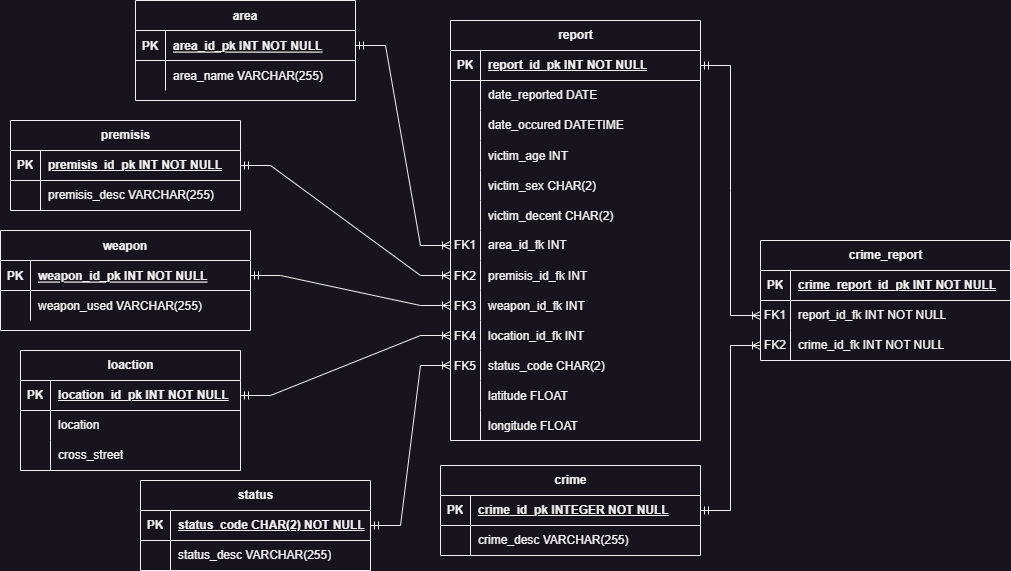
Before: LACrimeERD.drawio.png, a diagram exported from draw.io (Jprogram722/LA-Crime_ETL_Project). Source tidied: cells renumbered, new cells last; positions are measured from the earlier drawing's top-left corner, leaving out a move shared by most shapes.
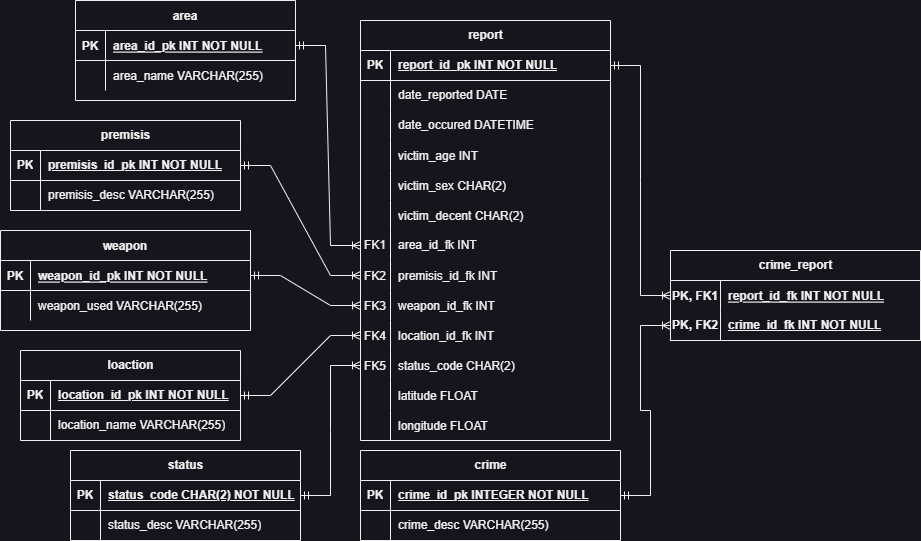
After the change.

Diff of the diagram source:
```diff
@@ -3,7 +3,7 @@
     <mxCell id="0" />
     <mxCell id="1" parent="0" />
     <mxCell id="2" value="weapon" style="shape=table;startSize=30;rowLines=0;fontStyle=1;align=center;" parent="1" vertex="1">
-      <mxGeometry y="230" width="250" height="100" as="geometry" />
+      <mxGeometry x="90" y="230" width="250" height="100" as="geometry" />
     </mxCell>
     <mxCell id="3" style="shape=partialRectangle;fillColor=none;points=[[0,0.5],[1,0.5]];portConstraint=eastwest;top=0;left=0;right=0;bottom=1;" parent="2" vertex="1">
       <mxGeometry y="30" width="250" height="30" as="geometry" />
@@ -24,7 +24,7 @@
       <mxGeometry x="30" width="220" height="30" as="geometry" />
     </mxCell>
     <mxCell id="9" value="area" style="shape=table;startSize=30;rowLines=0;fontStyle=1;align=center;" parent="1" vertex="1">
-      <mxGeometry x="135" width="220" height="100" as="geometry" />
+      <mxGeometry x="165" width="220" height="100" as="geometry" />
     </mxCell>
     <mxCell id="10" style="shape=partialRectangle;fillColor=none;points=[[0,0.5],[1,0.5]];portConstraint=eastwest;top=0;left=0;right=0;bottom=1;" parent="9" vertex="1">
       <mxGeometry y="30" width="220" height="30" as="geometry" />
@@ -45,7 +45,7 @@
       <mxGeometry x="30" width="190" height="30" as="geometry" />
     </mxCell>
     <mxCell id="16" value="status" style="shape=table;startSize=30;rowLines=0;fontStyle=1;align=center;html=1;" parent="1" vertex="1">
-      <mxGeometry x="140" y="480" width="230" height="90" as="geometry" />
+      <mxGeometry x="160" y="450" width="230" height="90" as="geometry" />
     </mxCell>
     <mxCell id="17" style="shape=tableRow;horizontal=0;startSize=0;swimlaneHead=0;swimlaneBody=0;fillColor=none;points=[[0,0.5],[1,0.5]];portConstraint=eastwest;top=0;left=0;right=0;bottom=1;" parent="16" vertex="1">
       <mxGeometry y="30" width="230" height="30" as="geometry" />
@@ -66,7 +66,7 @@
       <mxGeometry x="30" width="200" height="30" as="geometry" />
     </mxCell>
     <mxCell id="23" value="crime" style="shape=table;startSize=30;rowLines=0;fontStyle=1;align=center;html=1;" parent="1" vertex="1">
-      <mxGeometry x="440" y="465" width="260" height="90" as="geometry" />
+      <mxGeometry x="450" y="450" width="260" height="90" as="geometry" />
     </mxCell>
     <mxCell id="24" style="shape=tableRow;horizontal=0;startSize=0;swimlaneHead=0;swimlaneBody=0;fillColor=none;points=[[0,0.5],[1,0.5]];portConstraint=eastwest;top=0;left=0;right=0;bottom=1;" parent="23" vertex="1">
       <mxGeometry y="30" width="260" height="30" as="geometry" />
@@ -87,7 +87,7 @@
       <mxGeometry x="30" width="230" height="30" as="geometry" />
     </mxCell>
     <mxCell id="30" value="premisis" style="shape=table;startSize=30;rowLines=0;fontStyle=1;align=center;html=1;" parent="1" vertex="1">
-      <mxGeometry x="10" y="120" width="230" height="90" as="geometry" />
+      <mxGeometry x="100" y="120" width="230" height="90" as="geometry" />
     </mxCell>
     <mxCell id="31" style="shape=tableRow;horizontal=0;startSize=0;swimlaneHead=0;swimlaneBody=0;fillColor=none;points=[[0,0.5],[1,0.5]];portConstraint=eastwest;top=0;left=0;right=0;bottom=1;" parent="30" vertex="1">
       <mxGeometry y="30" width="230" height="30" as="geometry" />
@@ -108,7 +108,7 @@
       <mxGeometry x="30" width="200" height="30" as="geometry" />
     </mxCell>
     <mxCell id="37" value="loaction" style="shape=table;startSize=30;rowLines=0;fontStyle=1;align=center;html=1;" parent="1" vertex="1">
-      <mxGeometry x="20" y="350" width="220" height="120" as="geometry" />
+      <mxGeometry x="110" y="350" width="220" height="90" as="geometry" />
     </mxCell>
     <mxCell id="38" style="shape=tableRow;horizontal=0;startSize=0;swimlaneHead=0;swimlaneBody=0;fillColor=none;points=[[0,0.5],[1,0.5]];portConstraint=eastwest;top=0;left=0;right=0;bottom=1;" parent="37" vertex="1">
       <mxGeometry y="30" width="220" height="30" as="geometry" />
@@ -125,18 +125,9 @@
     <mxCell id="42" style="shape=partialRectangle;fillColor=none;top=0;left=0;bottom=0;right=0;overflow=hidden;whiteSpace=wrap;html=1;" parent="41" vertex="1">
       <mxGeometry width="30" height="30" as="geometry" />
     </mxCell>
-    <mxCell id="43" value="location" style="shape=partialRectangle;fillColor=none;top=0;left=0;bottom=0;right=0;align=left;spacingLeft=6;overflow=hidden;whiteSpace=wrap;html=1;" parent="41" vertex="1">
+    <mxCell id="43" value="location_name VARCHAR(255)" style="shape=partialRectangle;fillColor=none;top=0;left=0;bottom=0;right=0;align=left;spacingLeft=6;overflow=hidden;whiteSpace=wrap;html=1;" parent="41" vertex="1">
       <mxGeometry x="30" width="190" height="30" as="geometry" />
     </mxCell>
-    <mxCell id="44" style="shape=tableRow;horizontal=0;startSize=0;swimlaneHead=0;swimlaneBody=0;fillColor=none;top=0;left=0;right=0;bottom=0;" parent="37" vertex="1">
-      <mxGeometry y="90" width="220" height="30" as="geometry" />
-    </mxCell>
-    <mxCell id="45" style="shape=partialRectangle;fillColor=none;top=0;left=0;bottom=0;right=0;overflow=hidden;whiteSpace=wrap;html=1;" parent="44" vertex="1">
-      <mxGeometry width="30" height="30" as="geometry" />
-    </mxCell>
-    <mxCell id="46" value="cross_street" style="shape=partialRectangle;fillColor=none;top=0;left=0;bottom=0;right=0;align=left;spacingLeft=6;overflow=hidden;whiteSpace=wrap;html=1;" parent="44" vertex="1">
-      <mxGeometry x="30" width="190" height="30" as="geometry" />
-    </mxCell>
     <mxCell id="47" value="report" style="shape=table;startSize=30;rowLines=0;fontStyle=1;align=center;html=1;" parent="1" vertex="1">
       <mxGeometry x="450" y="20" width="250" height="420" as="geometry" />
     </mxCell>
@@ -272,45 +263,36 @@
     <mxCell id="91" style="edgeStyle=entityRelationEdgeStyle;fontSize=12;html=1;endArrow=ERoneToMany;startArrow=ERmandOne;rounded=0;exitX=1;exitY=0.5;exitDx=0;exitDy=0;entryX=0;entryY=0.5;entryDx=0;entryDy=0;" parent="1" edge="1" source="17" target="78">
       <mxGeometry relative="1" as="geometry" />
     </mxCell>
+    <mxCell id="102" style="edgeStyle=entityRelationEdgeStyle;fontSize=12;html=1;endArrow=ERoneToMany;startArrow=ERmandOne;rounded=0;exitX=1;exitY=0.5;exitDx=0;exitDy=0;entryX=0;entryY=0.5;entryDx=0;entryDy=0;" parent="1" edge="1" source="24" target="93">
+      <mxGeometry relative="1" as="geometry">
+        <Array as="points">
+          <mxPoint x="990" y="270" />
+        </Array>
+      </mxGeometry>
+    </mxCell>
+    <mxCell id="103" style="edgeStyle=entityRelationEdgeStyle;fontSize=12;html=1;endArrow=ERoneToMany;startArrow=ERmandOne;rounded=0;exitX=1;exitY=0.5;exitDx=0;exitDy=0;entryX=0;entryY=0.5;entryDx=0;entryDy=0;" parent="1" edge="1" source="48" target="104">
+      <mxGeometry relative="1" as="geometry" />
+    </mxCell>
     <mxCell id="92" value="crime_report" style="shape=table;startSize=30;rowLines=0;fontStyle=1;align=center;html=1;" parent="1" vertex="1">
-      <mxGeometry x="760" y="240" width="250" height="120" as="geometry" />
+      <mxGeometry x="760" y="250" width="250" height="90" as="geometry" />
     </mxCell>
+    <mxCell id="104" style="shape=tableRow;horizontal=0;startSize=0;swimlaneHead=0;swimlaneBody=0;fillColor=none;points=[[0,0.5],[1,0.5]];portConstraint=eastwest;top=0;left=0;right=0;bottom=0;" parent="92" vertex="1">
+      <mxGeometry y="30" width="250" height="30" as="geometry" />
+    </mxCell>
+    <mxCell id="105" value="PK, FK1" style="shape=partialRectangle;fillColor=none;top=0;left=0;bottom=0;right=0;overflow=hidden;fontStyle=1;" parent="104" vertex="1">
+      <mxGeometry width="50" height="30" as="geometry" />
+    </mxCell>
+    <mxCell id="98" value="report_id_fk INT NOT NULL" style="shape=partialRectangle;fillColor=none;top=0;left=0;bottom=0;right=0;align=left;spacingLeft=6;overflow=hidden;fontStyle=5;" parent="104" vertex="1">
+      <mxGeometry x="50" width="200" height="30" as="geometry" />
+    </mxCell>
     <mxCell id="93" style="shape=tableRow;horizontal=0;startSize=0;swimlaneHead=0;swimlaneBody=0;fillColor=none;points=[[0,0.5],[1,0.5]];portConstraint=eastwest;top=0;left=0;right=0;bottom=1;" parent="92" vertex="1">
-      <mxGeometry y="30" width="250" height="30" as="geometry" />
+      <mxGeometry y="60" width="250" height="30" as="geometry" />
     </mxCell>
-    <mxCell id="94" value="PK" style="shape=partialRectangle;fillColor=none;top=0;left=0;bottom=0;right=0;fontStyle=1;overflow=hidden;whiteSpace=wrap;html=1;" parent="93" vertex="1">
-      <mxGeometry width="30" height="30" as="geometry" />
+    <mxCell id="94" value="PK, FK2" style="shape=partialRectangle;fillColor=none;top=0;left=0;bottom=0;right=0;fontStyle=1;overflow=hidden;whiteSpace=wrap;html=1;" parent="93" vertex="1">
+      <mxGeometry width="50" height="30" as="geometry" />
     </mxCell>
-    <mxCell id="95" value="crime_report_id_pk INT NOT NULL" style="shape=partialRectangle;fillColor=none;top=0;left=0;bottom=0;right=0;align=left;spacingLeft=6;fontStyle=5;overflow=hidden;whiteSpace=wrap;html=1;" parent="93" vertex="1">
-      <mxGeometry x="30" width="220" height="30" as="geometry" />
+    <mxCell id="95" value="crime_id_fk INT NOT NULL" style="shape=partialRectangle;fillColor=none;top=0;left=0;bottom=0;right=0;align=left;spacingLeft=6;fontStyle=5;overflow=hidden;whiteSpace=wrap;html=1;" parent="93" vertex="1">
+      <mxGeometry x="50" width="200" height="30" as="geometry" />
     </mxCell>
-    <mxCell id="96" style="shape=tableRow;horizontal=0;startSize=0;swimlaneHead=0;swimlaneBody=0;fillColor=none;points=[[0,0.5],[1,0.5]];portConstraint=eastwest;top=0;left=0;right=0;bottom=0;" parent="92" vertex="1">
-      <mxGeometry y="60" width="250" height="30" as="geometry" />
-    </mxCell>
-    <mxCell id="97" value="FK1" style="shape=partialRectangle;fillColor=none;top=0;left=0;bottom=0;right=0;overflow=hidden;whiteSpace=wrap;html=1;" parent="96" vertex="1">
-      <mxGeometry width="30" height="30" as="geometry" />
-    </mxCell>
-    <mxCell id="98" value="report_id_fk INT NOT NULL" style="shape=partialRectangle;fillColor=none;top=0;left=0;bottom=0;right=0;align=left;spacingLeft=6;overflow=hidden;whiteSpace=wrap;html=1;" parent="96" vertex="1">
-      <mxGeometry x="30" width="220" height="30" as="geometry" />
-    </mxCell>
-    <mxCell id="99" style="shape=tableRow;horizontal=0;startSize=0;swimlaneHead=0;swimlaneBody=0;fillColor=none;points=[[0,0.5],[1,0.5]];portConstraint=eastwest;top=0;left=0;right=0;bottom=0;" parent="92" vertex="1">
-      <mxGeometry y="90" width="250" height="30" as="geometry" />
-    </mxCell>
-    <mxCell id="100" value="FK2" style="shape=partialRectangle;fillColor=none;top=0;left=0;bottom=0;right=0;overflow=hidden;whiteSpace=wrap;html=1;" parent="99" vertex="1">
-      <mxGeometry width="30" height="30" as="geometry" />
-    </mxCell>
-    <mxCell id="101" value="crime_id_fk INT NOT NULL" style="shape=partialRectangle;fillColor=none;top=0;left=0;bottom=0;right=0;align=left;spacingLeft=6;overflow=hidden;whiteSpace=wrap;html=1;" parent="99" vertex="1">
-      <mxGeometry x="30" width="220" height="30" as="geometry" />
-    </mxCell>
-    <mxCell id="102" style="edgeStyle=entityRelationEdgeStyle;fontSize=12;html=1;endArrow=ERoneToMany;startArrow=ERmandOne;rounded=0;exitX=1;exitY=0.5;exitDx=0;exitDy=0;entryX=0;entryY=0.5;entryDx=0;entryDy=0;" parent="1" edge="1" source="24" target="99">
-      <mxGeometry relative="1" as="geometry">
-        <Array as="points">
-          <mxPoint x="990" y="270" />
-        </Array>
-      </mxGeometry>
-    </mxCell>
-    <mxCell id="103" style="edgeStyle=entityRelationEdgeStyle;fontSize=12;html=1;endArrow=ERoneToMany;startArrow=ERmandOne;rounded=0;exitX=1;exitY=0.5;exitDx=0;exitDy=0;entryX=0;entryY=0.5;entryDx=0;entryDy=0;" parent="1" edge="1" source="48" target="96">
-      <mxGeometry relative="1" as="geometry" />
-    </mxCell>
   </root>
 </mxGraphModel>
```
